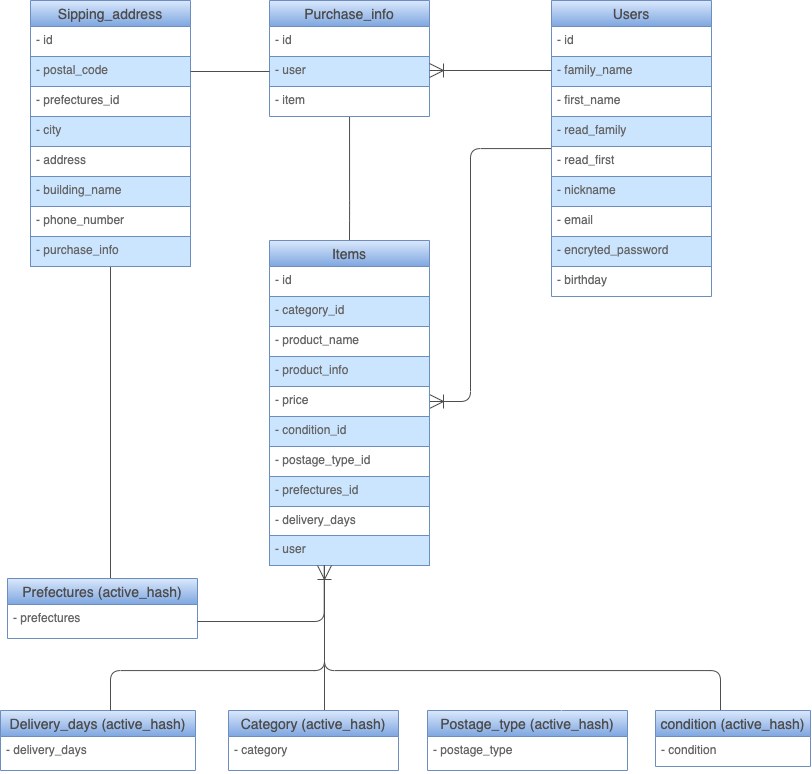
Before: erd.png, a diagram exported from draw.io (syunryokei/furima-35656). Source tidied: cells renumbered, new cells last; positions are measured from the earlier drawing's top-left corner, leaving out a move shared by most shapes.
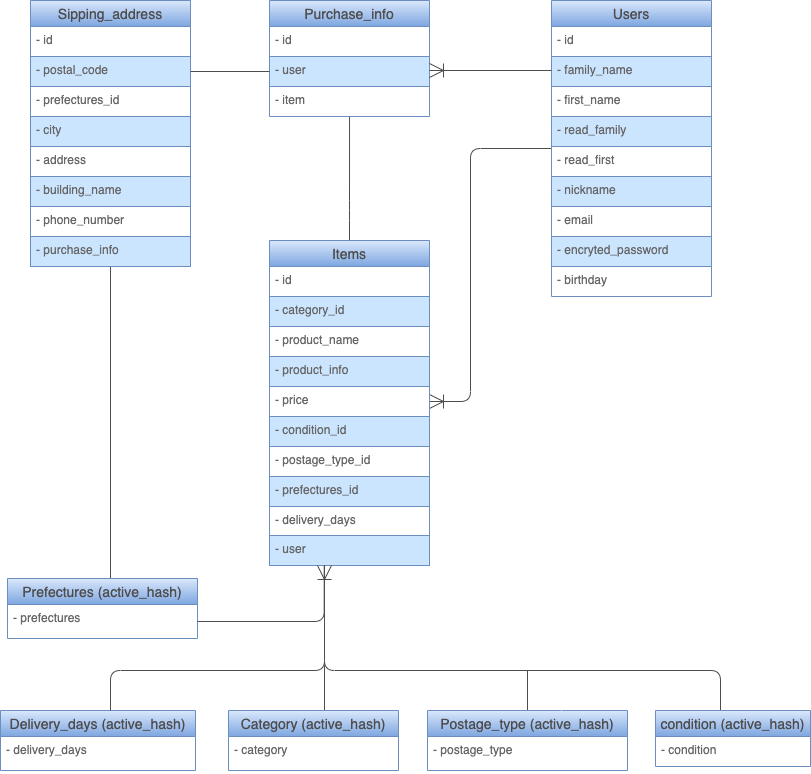
After the commit.

What changed in the source:
```diff
@@ -104,6 +104,11 @@
     <mxCell id="29" value="- delivery_days" style="text;strokeColor=none;fillColor=none;spacingLeft=4;spacingRight=4;overflow=hidden;fontSize=12;fontColor=#666666;" parent="28" vertex="1">
       <mxGeometry y="26" width="195" height="34" as="geometry" />
     </mxCell>
+    <mxCell id="56" style="edgeStyle=none;html=1;exitX=0.5;exitY=0;exitDx=0;exitDy=0;startArrow=none;startFill=0;strokeColor=#4D4D4D;endArrow=none;endFill=0;startSize=12;endSize=12;" parent="1" edge="1" source="30">
+      <mxGeometry relative="1" as="geometry">
+        <mxPoint x="527" y="670" as="targetPoint" />
+      </mxGeometry>
+    </mxCell>
     <mxCell id="30" value="Postage_type (active_hash)" style="swimlane;fontStyle=0;horizontal=1;startSize=26;align=center;fontSize=14;rounded=0;fillColor=#dae8fc;strokeColor=#6c8ebf;gradientColor=#7ea6e0;fontColor=#4D4D4D;" parent="1" vertex="1">
       <mxGeometry x="427" y="710" width="200" height="60" as="geometry" />
     </mxCell>
```
